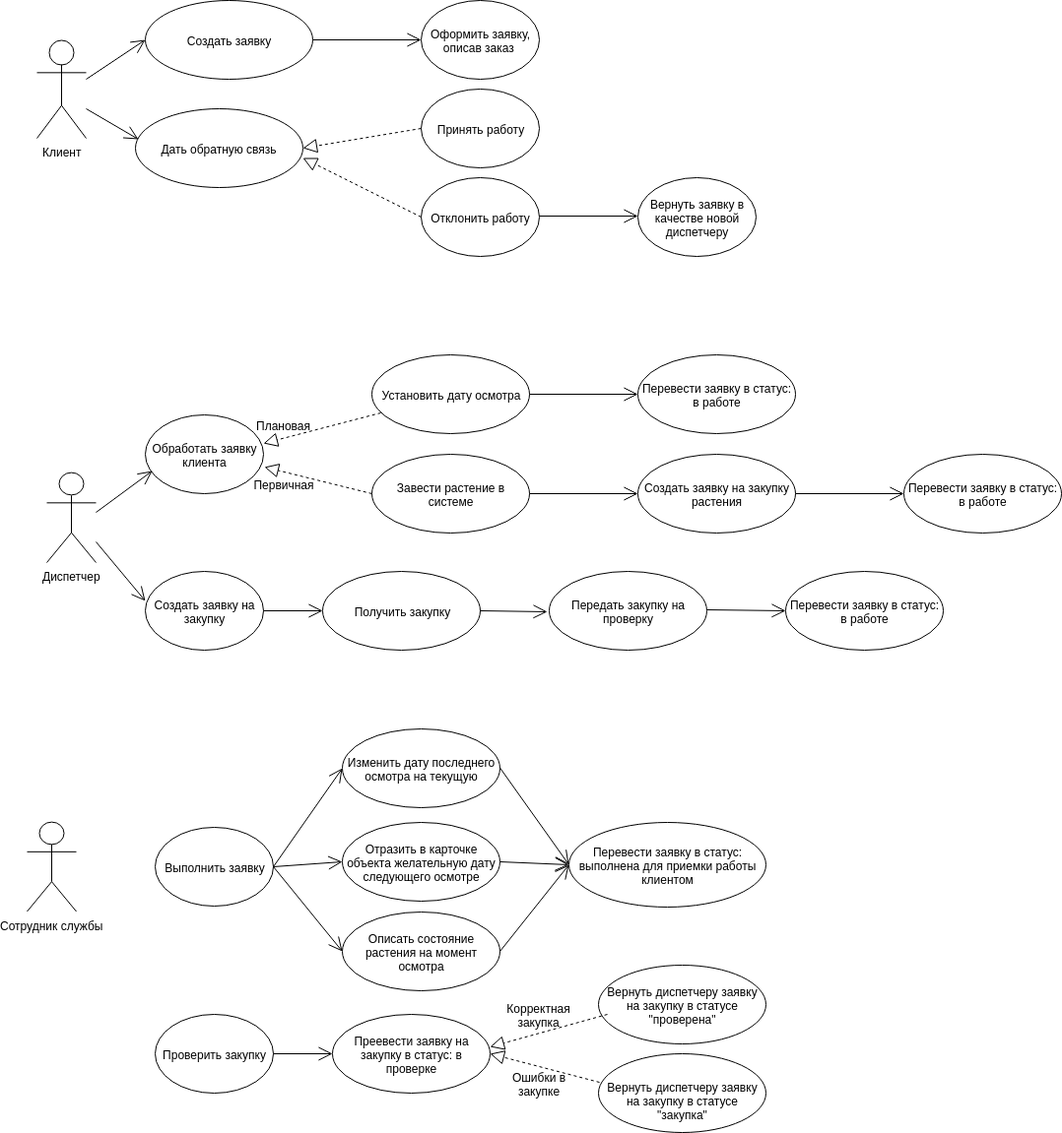
Earlier version of the draw.io export wiki/UseCases.png (gilgenbergg/green_office). Source tidied: cells renumbered, new cells last; positions are measured from the earlier drawing's top-left corner, leaving out a move shared by most shapes.
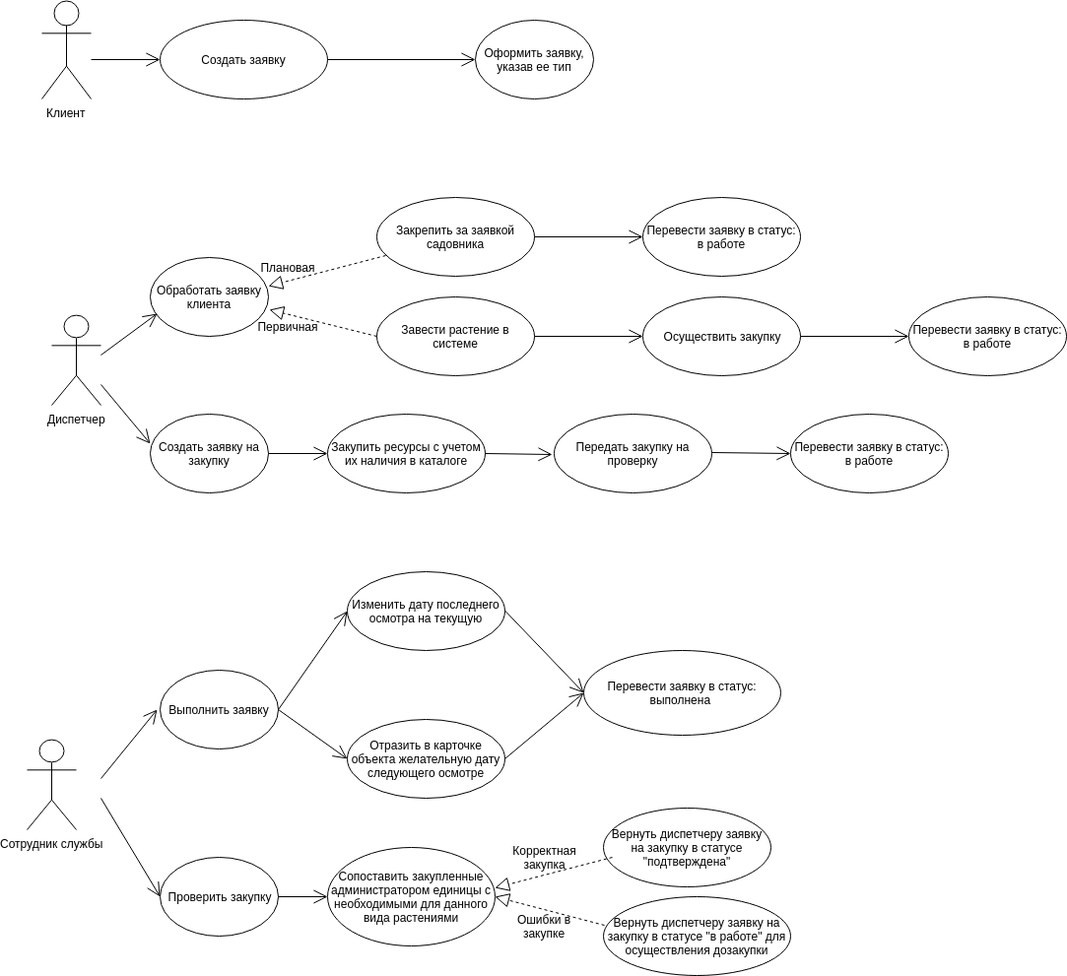
The same file after the commit.

Diff of the diagram source:
```diff
@@ -3,19 +3,19 @@
     <mxCell id="0" style="html=1;" />
     <mxCell id="1" style="html=1;" parent="0" />
     <mxCell id="2" value="Клиент&lt;br&gt;" style="shape=umlActor;verticalLabelPosition=bottom;labelBackgroundColor=#ffffff;verticalAlign=top;html=1;strokeColor=#000000;" parent="1" vertex="1">
-      <mxGeometry x="10" y="40" width="50" height="100" as="geometry" />
+      <mxGeometry x="10" y="160" width="50" height="100" as="geometry" />
     </mxCell>
     <mxCell id="3" value="Создать заявку" style="ellipse;whiteSpace=wrap;html=1;strokeColor=#000000;" parent="1" vertex="1">
-      <mxGeometry x="120" width="170" height="80" as="geometry" />
+      <mxGeometry x="130" y="180" width="170" height="80" as="geometry" />
     </mxCell>
-    <mxCell id="4" value="Оформить заявку, описав заказ&amp;nbsp;&lt;br&gt;" style="ellipse;whiteSpace=wrap;html=1;strokeColor=#000000;" parent="1" vertex="1">
-      <mxGeometry x="400" width="120" height="80" as="geometry" />
+    <mxCell id="4" value="Оформить заявку, указав ее тип&lt;br&gt;" style="ellipse;whiteSpace=wrap;html=1;strokeColor=#000000;" parent="1" vertex="1">
+      <mxGeometry x="450" y="180" width="120" height="80" as="geometry" />
     </mxCell>
     <mxCell id="5" value="Диспетчер" style="shape=umlActor;verticalLabelPosition=bottom;labelBackgroundColor=#ffffff;verticalAlign=top;html=1;strokeColor=#000000;" parent="1" vertex="1">
       <mxGeometry x="20" y="480" width="50" height="91" as="geometry" />
     </mxCell>
     <mxCell id="6" value="Сотрудник службы" style="shape=umlActor;verticalLabelPosition=bottom;labelBackgroundColor=#ffffff;verticalAlign=top;html=1;strokeColor=#000000;" parent="1" vertex="1">
-      <mxGeometry y="834.5" width="50" height="91" as="geometry" />
+      <mxGeometry x="-5" y="911" width="50" height="91" as="geometry" />
     </mxCell>
     <mxCell id="7" value="Обработать заявку клиента" style="ellipse;whiteSpace=wrap;html=1;strokeColor=#000000;" parent="1" vertex="1">
       <mxGeometry x="120" y="421" width="120" height="80" as="geometry" />
@@ -30,23 +30,8 @@
       <mxGeometry x="320" y="740" width="160" height="80" as="geometry" />
     </mxCell>
     <mxCell id="11" value="Отразить в карточке объекта желательную дату следующего осмотре" style="ellipse;whiteSpace=wrap;html=1;strokeColor=#000000;" parent="1" vertex="1">
-      <mxGeometry x="320" y="834.5" width="160" height="80" as="geometry" />
+      <mxGeometry x="320" y="890" width="160" height="80" as="geometry" />
     </mxCell>
-    <mxCell id="12" value="Описать состояние растения на момент осмотра" style="ellipse;whiteSpace=wrap;html=1;strokeColor=#000000;" parent="1" vertex="1">
-      <mxGeometry x="320" y="925.5" width="160" height="80" as="geometry" />
-    </mxCell>
-    <mxCell id="13" value="Дать обратную связь" style="ellipse;whiteSpace=wrap;html=1;strokeColor=#000000;" parent="1" vertex="1">
-      <mxGeometry x="110" y="110" width="170" height="80" as="geometry" />
-    </mxCell>
-    <mxCell id="14" value="Принять работу&lt;br&gt;" style="ellipse;whiteSpace=wrap;html=1;strokeColor=#000000;" parent="1" vertex="1">
-      <mxGeometry x="400" y="90" width="120" height="80" as="geometry" />
-    </mxCell>
-    <mxCell id="15" value="Отклонить работу&lt;br&gt;" style="ellipse;whiteSpace=wrap;html=1;strokeColor=#000000;" parent="1" vertex="1">
-      <mxGeometry x="400" y="180" width="120" height="80" as="geometry" />
-    </mxCell>
-    <mxCell id="16" value="Вернуть заявку в качестве новой диспетчеру" style="ellipse;whiteSpace=wrap;html=1;strokeColor=#000000;" parent="1" vertex="1">
-      <mxGeometry x="620" y="180" width="120" height="80" as="geometry" />
-    </mxCell>
     <mxCell id="17" value="Проверить закупку" style="ellipse;whiteSpace=wrap;html=1;strokeColor=#000000;" parent="1" vertex="1">
       <mxGeometry x="130" y="1030" width="120" height="80" as="geometry" />
     </mxCell>
@@ -56,7 +41,7 @@
     <mxCell id="19" value="Первичная" style="text;html=1;strokeColor=none;fillColor=none;align=center;verticalAlign=middle;whiteSpace=wrap;rounded=0;" parent="1" vertex="1">
       <mxGeometry x="230" y="481" width="60" height="20" as="geometry" />
     </mxCell>
-    <mxCell id="20" value="Установить дату осмотра" style="ellipse;whiteSpace=wrap;html=1;strokeColor=#000000;" parent="1" vertex="1">
+    <mxCell id="20" value="Закрепить за заявкой садовника" style="ellipse;whiteSpace=wrap;html=1;strokeColor=#000000;" parent="1" vertex="1">
       <mxGeometry x="350" y="360" width="160" height="80" as="geometry" />
     </mxCell>
     <mxCell id="21" value="Перевести заявку в статус: в работе" style="ellipse;whiteSpace=wrap;html=1;strokeColor=#000000;" parent="1" vertex="1">
@@ -68,23 +53,23 @@
     <mxCell id="23" value="Перевести заявку в статус: в работе" style="ellipse;whiteSpace=wrap;html=1;strokeColor=#000000;" parent="1" vertex="1">
       <mxGeometry x="890" y="461" width="160" height="80" as="geometry" />
     </mxCell>
-    <mxCell id="24" value="Получить закупку" style="ellipse;whiteSpace=wrap;html=1;strokeColor=#000000;" parent="1" vertex="1">
+    <mxCell id="24" value="Закупить ресурсы с учетом их наличия в каталоге" style="ellipse;whiteSpace=wrap;html=1;strokeColor=#000000;" parent="1" vertex="1">
       <mxGeometry x="300" y="580" width="160" height="80" as="geometry" />
     </mxCell>
     <mxCell id="25" value="Перевести заявку в статус: в работе" style="ellipse;whiteSpace=wrap;html=1;strokeColor=#000000;" parent="1" vertex="1">
       <mxGeometry x="770" y="580" width="160" height="80" as="geometry" />
     </mxCell>
-    <mxCell id="26" value="Перевести заявку в статус: выполнена для приемки работы клиентом" style="ellipse;whiteSpace=wrap;html=1;strokeColor=#000000;" parent="1" vertex="1">
-      <mxGeometry x="550" y="835" width="200" height="86" as="geometry" />
+    <mxCell id="26" value="Перевести заявку в статус: выполнена&amp;nbsp;" style="ellipse;whiteSpace=wrap;html=1;strokeColor=#000000;" parent="1" vertex="1">
+      <mxGeometry x="560" y="820" width="200" height="86" as="geometry" />
     </mxCell>
-    <mxCell id="27" value="Преевести заявку на закупку в статус: в проверке" style="ellipse;whiteSpace=wrap;html=1;strokeColor=#000000;" parent="1" vertex="1">
-      <mxGeometry x="310" y="1030" width="160" height="80" as="geometry" />
+    <mxCell id="27" value="Сопоставить закупленные администратором единицы с необходимыми для данного вида растениями" style="ellipse;whiteSpace=wrap;html=1;strokeColor=#000000;" parent="1" vertex="1">
+      <mxGeometry x="300" y="1020" width="170" height="100" as="geometry" />
     </mxCell>
-    <mxCell id="28" value="Вернуть диспетчеру заявку на закупку в статусе &quot;проверена&quot;" style="ellipse;whiteSpace=wrap;html=1;strokeColor=#000000;" parent="1" vertex="1">
+    <mxCell id="28" value="Вернуть диспетчеру заявку на закупку в статусе &quot;подтверждена&quot;" style="ellipse;whiteSpace=wrap;html=1;strokeColor=#000000;" parent="1" vertex="1">
       <mxGeometry x="580" y="980" width="170" height="80" as="geometry" />
     </mxCell>
-    <mxCell id="29" value="Вернуть диспетчеру заявку на закупку в статусе &quot;закупка&quot;" style="ellipse;whiteSpace=wrap;html=1;strokeColor=#000000;" parent="1" vertex="1">
-      <mxGeometry x="580" y="1070" width="170" height="80" as="geometry" />
+    <mxCell id="29" value="Вернуть диспетчеру заявку на закупку в статусе &quot;в работе&quot; для осуществления дозакупки" style="ellipse;whiteSpace=wrap;html=1;strokeColor=#000000;" parent="1" vertex="1">
+      <mxGeometry x="580" y="1070" width="190" height="80" as="geometry" />
     </mxCell>
     <mxCell id="30" value="Корректная закупка" style="text;html=1;strokeColor=none;fillColor=none;align=center;verticalAlign=middle;whiteSpace=wrap;rounded=0;" parent="1" vertex="1">
       <mxGeometry x="500" y="1020" width="40" height="20" as="geometry" />
@@ -94,31 +79,12 @@
     </mxCell>
     <mxCell id="32" style="endArrow=open;endFill=1;endSize=12;html=1;entryX=0;entryY=0.5;entryDx=0;entryDy=0;" parent="1" edge="1" target="3">
       <mxGeometry relative="1" as="geometry">
-        <mxPoint x="60" y="80" as="sourcePoint" />
+        <mxPoint x="60" y="220" as="sourcePoint" />
       </mxGeometry>
     </mxCell>
-    <mxCell id="33" style="endArrow=block;dashed=1;endFill=0;endSize=12;html=1;exitX=0;exitY=0.5;exitDx=0;exitDy=0;entryX=1;entryY=0.5;entryDx=0;entryDy=0;" parent="1" edge="1" source="14" target="13">
-      <mxGeometry relative="1" as="geometry" />
-    </mxCell>
-    <mxCell id="34" style="endArrow=open;endFill=1;endSize=12;html=1;entryX=0.019;entryY=0.386;entryDx=0;entryDy=0;entryPerimeter=0;" parent="1" edge="1" target="13">
-      <mxGeometry relative="1" as="geometry">
-        <mxPoint x="60" y="110" as="sourcePoint" />
-      </mxGeometry>
-    </mxCell>
-    <mxCell id="35" style="endArrow=block;dashed=1;endFill=0;endSize=12;html=1;exitX=0;exitY=0.5;exitDx=0;exitDy=0;" parent="1" edge="1" source="15">
-      <mxGeometry relative="1" as="geometry">
-        <mxPoint x="280" y="160" as="targetPoint" />
-      </mxGeometry>
-    </mxCell>
     <mxCell id="36" style="endArrow=open;endFill=1;endSize=12;html=1;entryX=0;entryY=0.5;entryDx=0;entryDy=0;exitX=1;exitY=0.5;exitDx=0;exitDy=0;" parent="1" edge="1" source="3" target="4">
       <mxGeometry relative="1" as="geometry" />
     </mxCell>
-    <mxCell id="37" style="endArrow=open;endFill=1;endSize=12;html=1;exitX=1;exitY=0.5;exitDx=0;exitDy=0;" parent="1" edge="1">
-      <mxGeometry relative="1" as="geometry">
-        <mxPoint x="520" y="219" as="sourcePoint" />
-        <mxPoint x="620" y="219" as="targetPoint" />
-      </mxGeometry>
-    </mxCell>
     <mxCell id="38" style="endArrow=open;endFill=1;endSize=12;html=1;entryX=0.055;entryY=0.707;entryDx=0;entryDy=0;entryPerimeter=0;" parent="1" edge="1" target="7">
       <mxGeometry relative="1" as="geometry">
         <mxPoint x="70" y="520" as="sourcePoint" />
@@ -157,7 +123,7 @@
     <mxCell id="46" style="endArrow=open;endFill=1;endSize=12;html=1;entryX=0;entryY=0.5;entryDx=0;entryDy=0;exitX=1;exitY=0.5;exitDx=0;exitDy=0;" parent="1" edge="1" source="20" target="21">
       <mxGeometry relative="1" as="geometry" />
     </mxCell>
-    <mxCell id="47" value="Создать заявку на закупку растения" style="ellipse;whiteSpace=wrap;html=1;strokeColor=#000000;" parent="1" vertex="1">
+    <mxCell id="47" value="Осуществить закупку" style="ellipse;whiteSpace=wrap;html=1;strokeColor=#000000;" parent="1" vertex="1">
       <mxGeometry x="620" y="461" width="160" height="80" as="geometry" />
     </mxCell>
     <mxCell id="48" style="endArrow=open;endFill=1;endSize=12;html=1;entryX=0;entryY=0.5;entryDx=0;entryDy=0;exitX=1;exitY=0.5;exitDx=0;exitDy=0;" parent="1" edge="1">
@@ -180,10 +146,10 @@
         <mxPoint x="589" y="1030" as="sourcePoint" />
       </mxGeometry>
     </mxCell>
-    <mxCell id="52" style="endArrow=open;endFill=1;endSize=12;html=1;entryX=0;entryY=0.5;entryDx=0;entryDy=0;exitX=1;exitY=0.5;exitDx=0;exitDy=0;" parent="1" edge="1">
+    <mxCell id="52" style="endArrow=open;endFill=1;endSize=12;html=1;exitX=1;exitY=0.5;exitDx=0;exitDy=0;" parent="1" edge="1">
       <mxGeometry relative="1" as="geometry">
         <mxPoint x="250" y="1070" as="sourcePoint" />
-        <mxPoint x="310" y="1070" as="targetPoint" />
+        <mxPoint x="300" y="1070" as="targetPoint" />
       </mxGeometry>
     </mxCell>
     <mxCell id="53" style="endArrow=open;endFill=1;endSize=12;html=1;entryX=0;entryY=0.5;entryDx=0;entryDy=0;exitX=1;exitY=0.5;exitDx=0;exitDy=0;" parent="1" edge="1" target="26">
@@ -194,9 +160,6 @@
     <mxCell id="54" style="endArrow=open;endFill=1;endSize=12;html=1;entryX=0;entryY=0.5;entryDx=0;entryDy=0;exitX=1;exitY=0.5;exitDx=0;exitDy=0;" parent="1" edge="1" source="11" target="26">
       <mxGeometry relative="1" as="geometry" />
     </mxCell>
-    <mxCell id="55" style="endArrow=open;endFill=1;endSize=12;html=1;entryX=0;entryY=0.5;entryDx=0;entryDy=0;exitX=1;exitY=0.5;exitDx=0;exitDy=0;" parent="1" edge="1" source="12" target="26">
-      <mxGeometry relative="1" as="geometry" />
-    </mxCell>
     <mxCell id="56" style="endArrow=open;endFill=1;endSize=12;html=1;entryX=0;entryY=0.5;entryDx=0;entryDy=0;exitX=1;exitY=0.5;exitDx=0;exitDy=0;" parent="1" edge="1" target="11">
       <mxGeometry relative="1" as="geometry">
         <mxPoint x="250" y="880" as="sourcePoint" />
@@ -205,10 +168,16 @@
     <mxCell id="57" style="endArrow=open;endFill=1;endSize=12;html=1;entryX=0;entryY=0.5;entryDx=0;entryDy=0;exitX=1;exitY=0.5;exitDx=0;exitDy=0;" parent="1" edge="1" source="9" target="10">
       <mxGeometry relative="1" as="geometry" />
     </mxCell>
-    <mxCell id="58" style="endArrow=open;endFill=1;endSize=12;html=1;entryX=0;entryY=0.5;entryDx=0;entryDy=0;" parent="1" edge="1" target="12">
-      <mxGeometry relative="1" as="geometry">
-        <mxPoint x="250" y="880" as="sourcePoint" />
-      </mxGeometry>
-    </mxCell>
+    <mxCell id="59" style="endArrow=open;endFill=1;endSize=12;html=1;" parent="1" edge="1">
+      <mxGeometry relative="1" as="geometry">
+        <mxPoint x="70" y="950" as="sourcePoint" />
+        <mxPoint x="127" y="880" as="targetPoint" />
+      </mxGeometry>
+    </mxCell>
+    <mxCell id="60" style="endArrow=open;endFill=1;endSize=12;html=1;entryX=0;entryY=0.5;entryDx=0;entryDy=0;" parent="1" edge="1" target="17">
+      <mxGeometry relative="1" as="geometry">
+        <mxPoint x="70" y="970" as="sourcePoint" />
+      </mxGeometry>
+    </mxCell>
   </root>
 </mxGraphModel>
```
